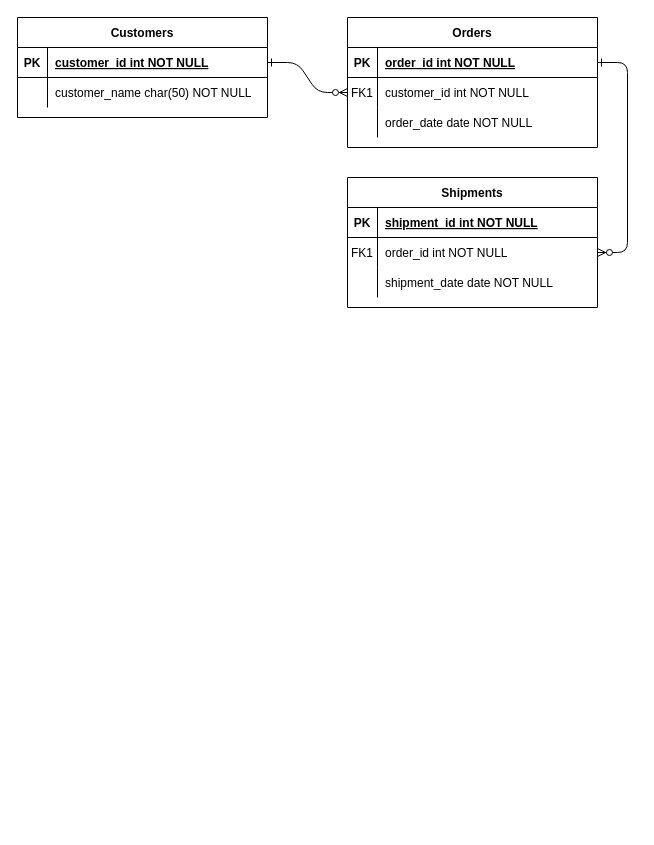
Above: Untitled Diagram.drawio in jazhe/pruebas (draw.io), before the change. Source tidied: cells renumbered, new cells numbered last; positions are measured from the earlier drawing's top-left corner, leaving out a move shared by most shapes. Both pictures are drawn from the tidied source at 100%, with x=0, y=0 at pixel (17, 17).
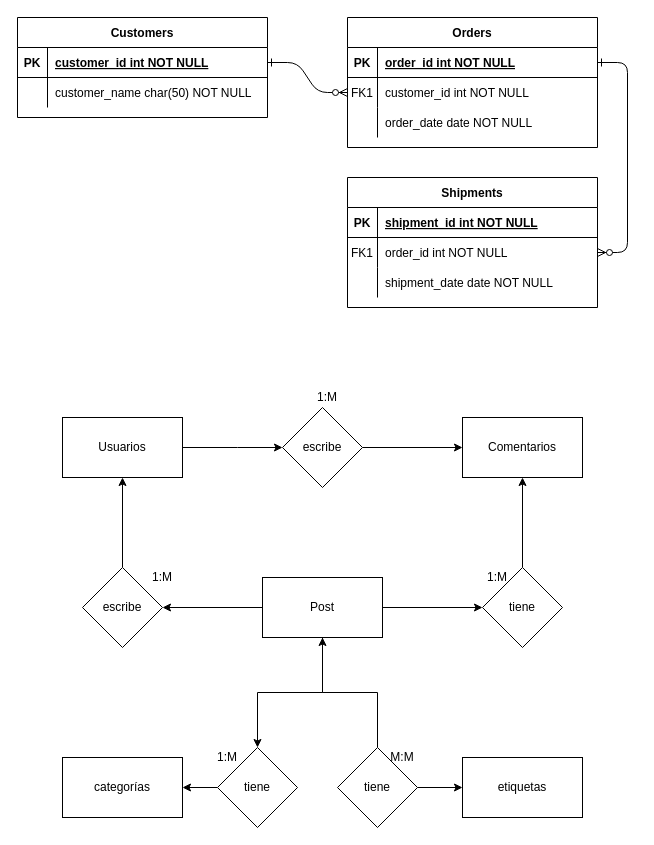
The same diagram, later.

Diff of the diagram source:
```diff
@@
+    <mxCell id="31" style="edgeStyle=orthogonalEdgeStyle;rounded=0;jettySize=auto;html=1;" parent="1" edge="1" source="34" target="36">
+      <mxGeometry relative="1" as="geometry" />
+    </mxCell>
+    <mxCell id="32" style="edgeStyle=orthogonalEdgeStyle;rounded=0;jettySize=auto;html=1;" parent="1" edge="1" source="34" target="45">
+      <mxGeometry relative="1" as="geometry" />
+    </mxCell>
+    <mxCell id="33" style="edgeStyle=orthogonalEdgeStyle;rounded=0;jettySize=auto;html=1;" parent="1" edge="1" source="34" target="47">
+      <mxGeometry relative="1" as="geometry" />
+    </mxCell>
+    <mxCell id="34" value="Post" style="rounded=0;whiteSpace=wrap;html=1;" parent="1" vertex="1">
+      <mxGeometry x="245" y="560" width="120" height="60" as="geometry" />
+    </mxCell>
+    <mxCell id="35" style="edgeStyle=orthogonalEdgeStyle;rounded=0;jettySize=auto;html=1;" parent="1" edge="1" source="36" target="38">
+      <mxGeometry relative="1" as="geometry" />
+    </mxCell>
+    <mxCell id="36" value="escribe" style="rhombus;whiteSpace=wrap;html=1;rounded=0;" parent="1" vertex="1">
+      <mxGeometry x="65" y="550" width="80" height="80" as="geometry" />
+    </mxCell>
+    <mxCell id="37" style="edgeStyle=orthogonalEdgeStyle;rounded=0;jettySize=auto;html=1;" parent="1" edge="1" source="38" target="40">
+      <mxGeometry relative="1" as="geometry">
+        <Array as="points">
+          <mxPoint x="220" y="430" />
+          <mxPoint x="220" y="430" />
+        </Array>
+      </mxGeometry>
+    </mxCell>
+    <mxCell id="38" value="Usuarios" style="whiteSpace=wrap;html=1;rounded=0;" parent="1" vertex="1">
+      <mxGeometry x="45" y="400" width="120" height="60" as="geometry" />
+    </mxCell>
+    <mxCell id="39" style="edgeStyle=orthogonalEdgeStyle;rounded=0;jettySize=auto;html=1;" parent="1" edge="1" source="40" target="41">
+      <mxGeometry relative="1" as="geometry" />
+    </mxCell>
+    <mxCell id="40" value="escribe" style="rhombus;whiteSpace=wrap;html=1;rounded=0;" parent="1" vertex="1">
+      <mxGeometry x="265" y="390" width="80" height="80" as="geometry" />
+    </mxCell>
+    <mxCell id="41" value="Comentarios" style="whiteSpace=wrap;html=1;rounded=0;" parent="1" vertex="1">
+      <mxGeometry x="445" y="400" width="120" height="60" as="geometry" />
+    </mxCell>
+    <mxCell id="42" value="categorías" style="rounded=0;whiteSpace=wrap;html=1;" parent="1" vertex="1">
+      <mxGeometry x="45" y="740" width="120" height="60" as="geometry" />
+    </mxCell>
+    <mxCell id="43" value="etiquetas" style="rounded=0;whiteSpace=wrap;html=1;" parent="1" vertex="1">
+      <mxGeometry x="445" y="740" width="120" height="60" as="geometry" />
+    </mxCell>
+    <mxCell id="44" style="edgeStyle=orthogonalEdgeStyle;rounded=0;jettySize=auto;html=1;" parent="1" edge="1" source="45" target="41">
+      <mxGeometry relative="1" as="geometry" />
+    </mxCell>
+    <mxCell id="45" value="tiene" style="rhombus;whiteSpace=wrap;html=1;rounded=0;" parent="1" vertex="1">
+      <mxGeometry x="465" y="550" width="80" height="80" as="geometry" />
+    </mxCell>
+    <mxCell id="46" style="edgeStyle=orthogonalEdgeStyle;rounded=0;jettySize=auto;html=1;" parent="1" edge="1" source="47" target="42">
+      <mxGeometry relative="1" as="geometry" />
+    </mxCell>
+    <mxCell id="47" value="tiene" style="rhombus;whiteSpace=wrap;html=1;rounded=0;" parent="1" vertex="1">
+      <mxGeometry x="200" y="730" width="80" height="80" as="geometry" />
+    </mxCell>
+    <mxCell id="48" style="edgeStyle=orthogonalEdgeStyle;rounded=0;jettySize=auto;html=1;" parent="1" edge="1" source="50" target="34">
+      <mxGeometry relative="1" as="geometry" />
+    </mxCell>
+    <mxCell id="49" style="edgeStyle=orthogonalEdgeStyle;rounded=0;jettySize=auto;html=1;" parent="1" edge="1" source="50" target="43">
+      <mxGeometry relative="1" as="geometry" />
+    </mxCell>
+    <mxCell id="50" value="tiene" style="rhombus;whiteSpace=wrap;html=1;" parent="1" vertex="1">
+      <mxGeometry x="320" y="730" width="80" height="80" as="geometry" />
+    </mxCell>
+    <mxCell id="51" value="1:M" style="text;html=1;strokeColor=none;fillColor=none;align=center;verticalAlign=middle;whiteSpace=wrap;rounded=0;" parent="1" vertex="1">
+      <mxGeometry x="290" y="370" width="40" height="20" as="geometry" />
+    </mxCell>
+    <mxCell id="52" value="1:M" style="text;html=1;strokeColor=none;fillColor=none;align=center;verticalAlign=middle;whiteSpace=wrap;rounded=0;" parent="1" vertex="1">
+      <mxGeometry x="125" y="550" width="40" height="20" as="geometry" />
+    </mxCell>
+    <mxCell id="53" value="1:M" style="text;html=1;strokeColor=none;fillColor=none;align=center;verticalAlign=middle;whiteSpace=wrap;rounded=0;" parent="1" vertex="1">
+      <mxGeometry x="460" y="550" width="40" height="20" as="geometry" />
+    </mxCell>
+    <mxCell id="54" value="1:M" style="text;html=1;strokeColor=none;fillColor=none;align=center;verticalAlign=middle;whiteSpace=wrap;rounded=0;" parent="1" vertex="1">
+      <mxGeometry x="190" y="730" width="40" height="20" as="geometry" />
+    </mxCell>
+    <mxCell id="55" value="M:M" style="text;html=1;strokeColor=none;fillColor=none;align=center;verticalAlign=middle;whiteSpace=wrap;rounded=0;" parent="1" vertex="1">
+      <mxGeometry x="365" y="730" width="40" height="20" as="geometry" />
+    </mxCell>
```
